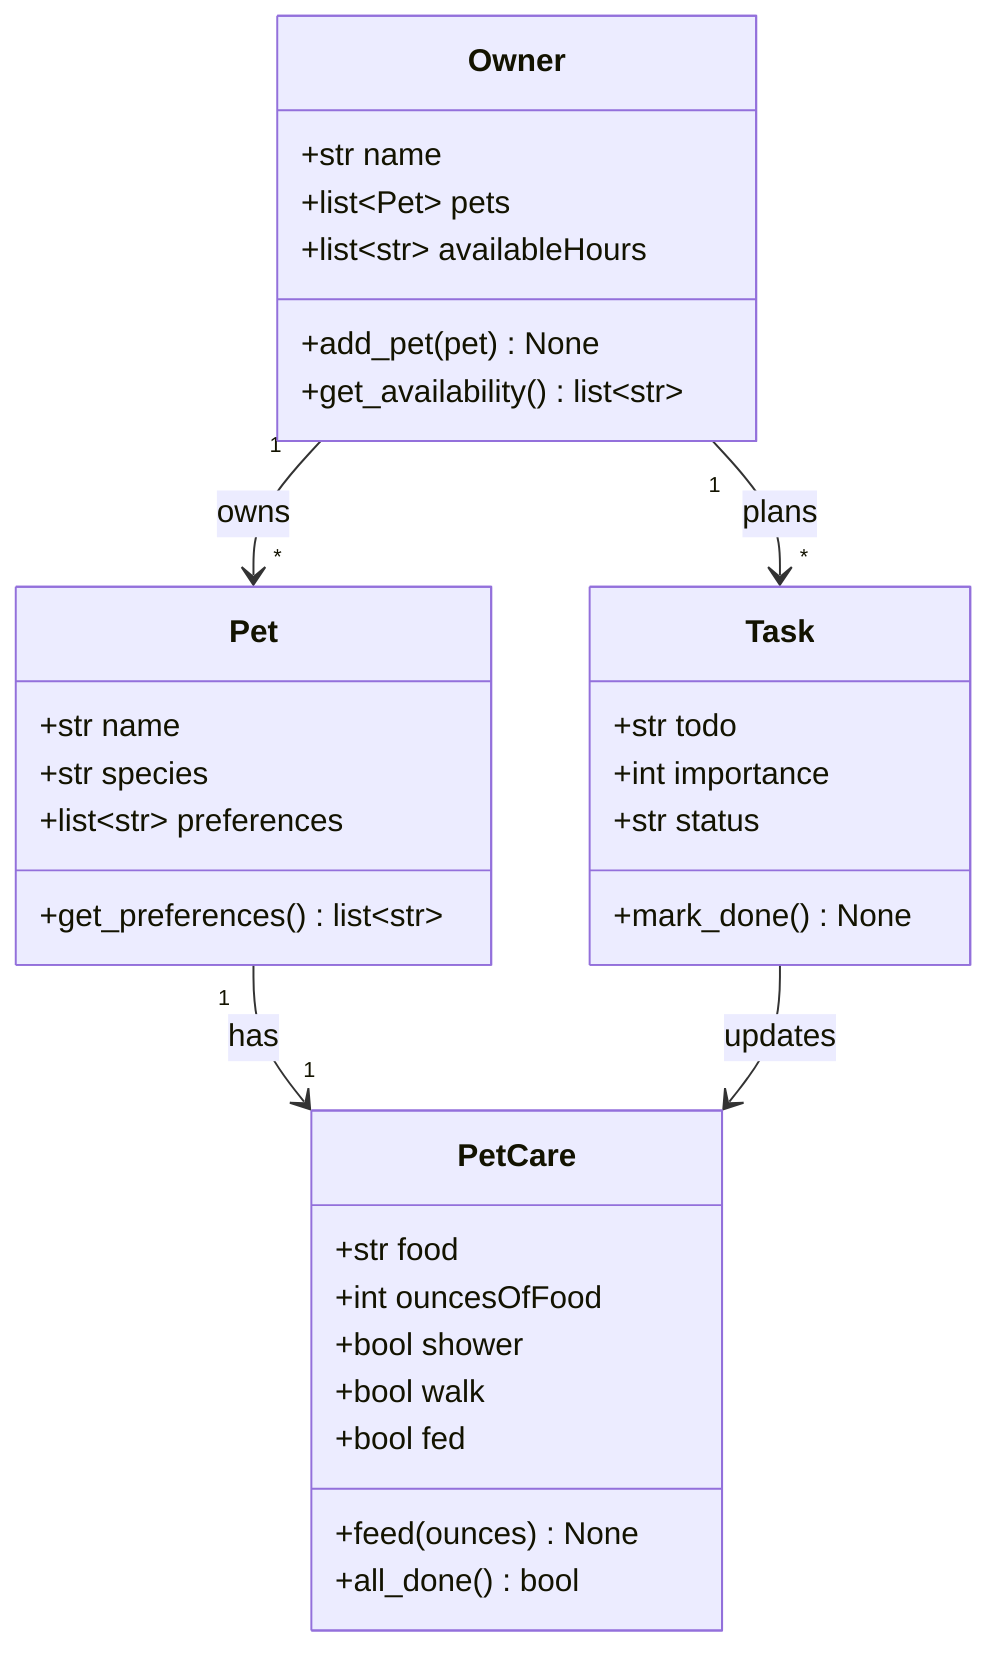
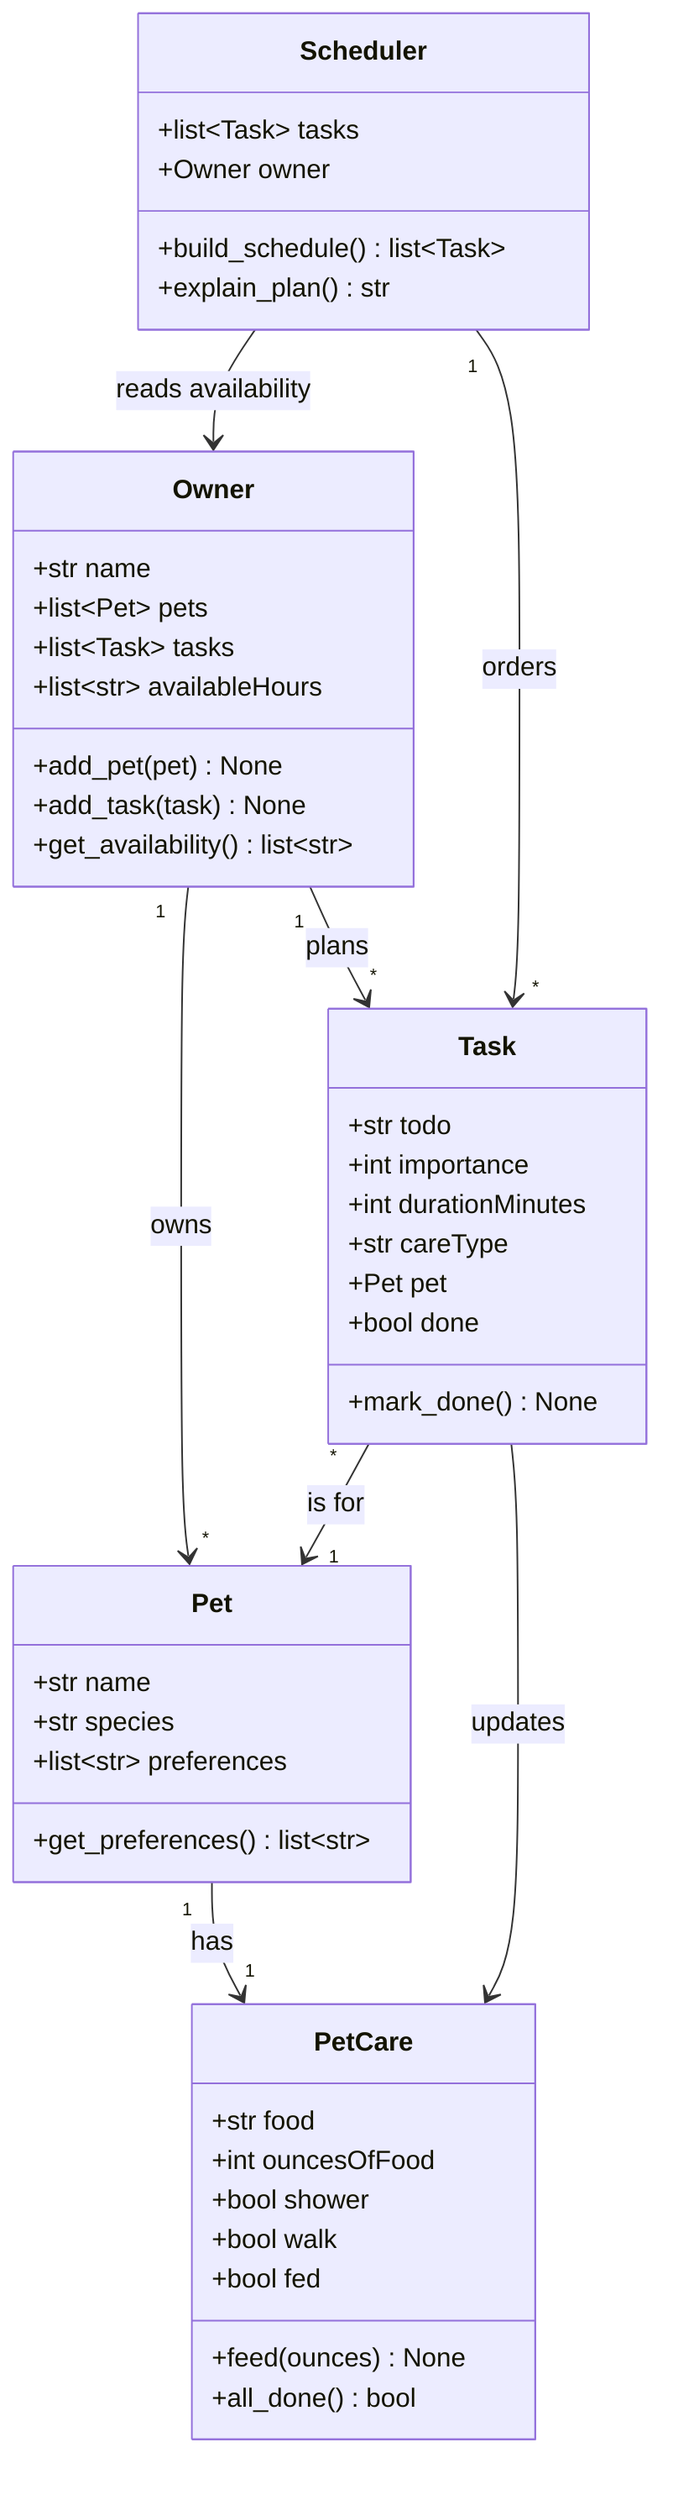
classDiagram
    %% PawPal+ — pet care planning assistant

    class Pet {
        +str name
        +str species
        +list~str~ preferences
        +get_preferences() list~str~
    }

    class Owner {
        +str name
        +list~Pet~ pets
+         +list~Task~ tasks
        +list~str~ availableHours
        +add_pet(pet) None
+         +add_task(task) None
        +get_availability() list~str~
    }

    class Task {
        +str todo
        +int importance
-         +str status
+         +int durationMinutes
+         +str careType
+         +Pet pet
+         +bool done
        +mark_done() None
    }

    class PetCare {
        +str food
        +int ouncesOfFood
        +bool shower
        +bool walk
        +bool fed
        +feed(ounces) None
        +all_done() bool
    }

+     class Scheduler {
+         +list~Task~ tasks
+         +Owner owner
+         +build_schedule() list~Task~
+         +explain_plan() str
+     }
+ 
    Owner "1" --> "*" Pet : owns
    Owner "1" --> "*" Task : plans
    Pet "1" --> "1" PetCare : has
+     Task "*" --> "1" Pet : is for
    Task --> PetCare : updates
+     Scheduler --> Owner : reads availability
+     Scheduler "1" --> "*" Task : orders
